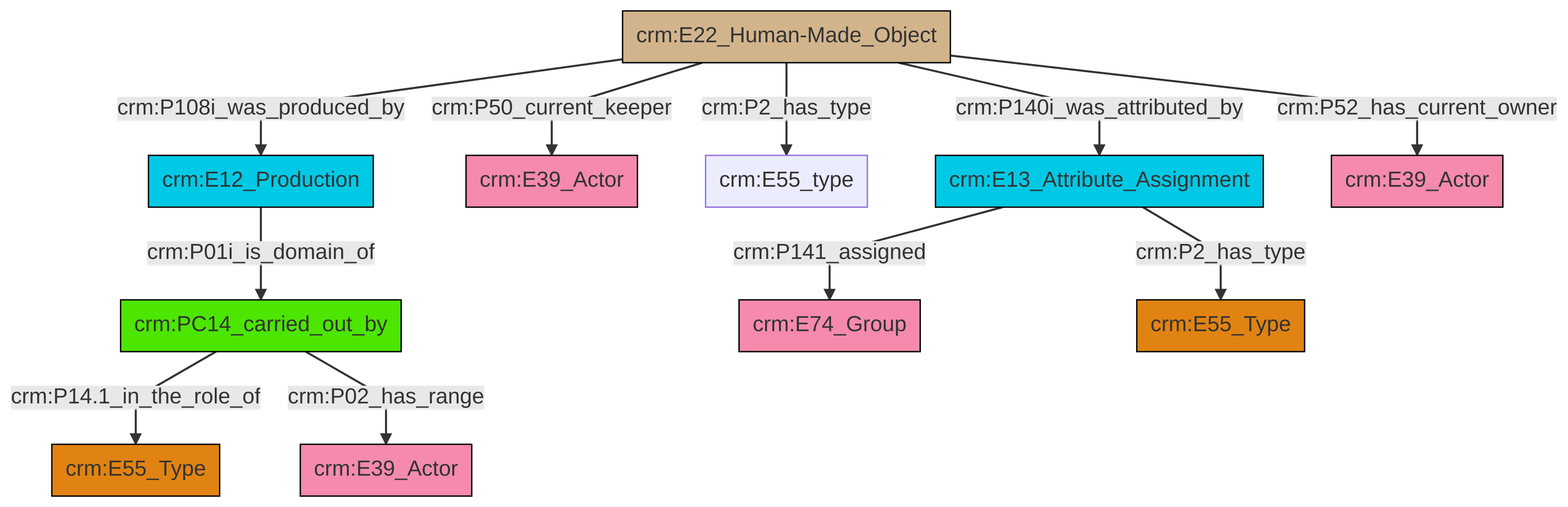
Before: et/artworkCSV/ttl/mmd/png/Artwork_Actor_Relations.png, a diagram exported from Mermaid (swiss-art-research-net/docs.swissartresearch). Its source is kept beside it as et/artworkCSV/ttl/mmd/Artwork_Actor_Relations.ttl.mmd.
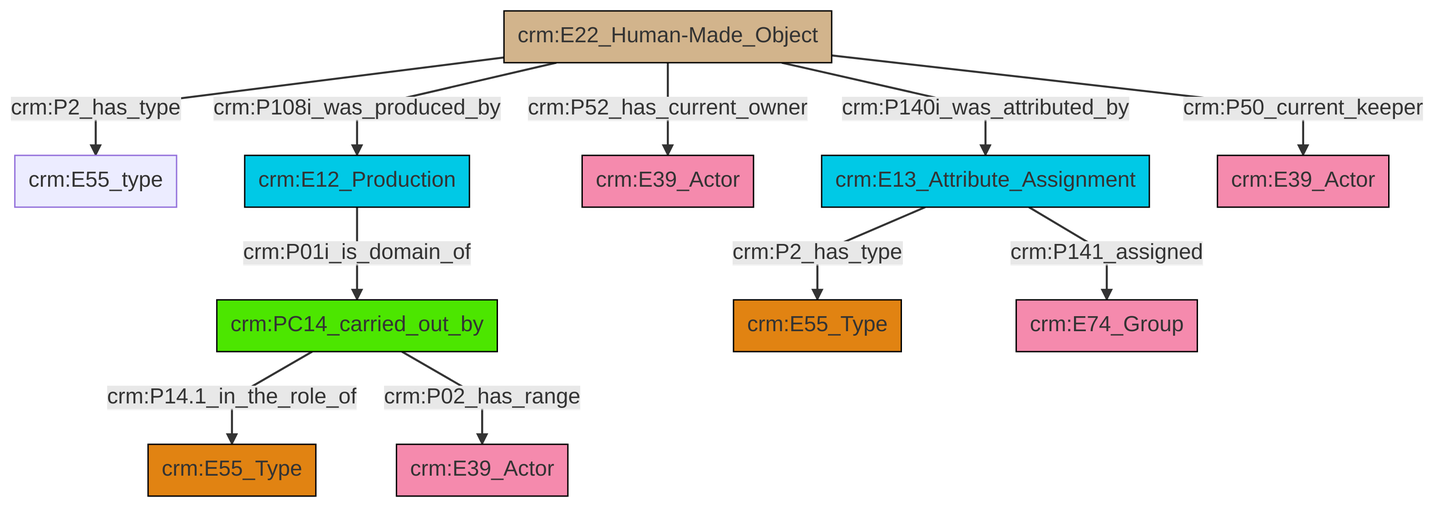
Later version of the same file.

Change to the diagram source:
```diff
@@ -13,13 +13,13 @@
 classDef PC_Classes fill:#4ce600, stroke:#000000;
 classDef Multi fill:#cccccc,stroke:#000000;
 
-0["crm:E22_Human-Made_Object"]:::Physical_Thing -->|crm:P108i_was_produced_by| 1["crm:E12_Production"]:::Temporal_Entity
-0["crm:E22_Human-Made_Object"]:::Physical_Thing -->|crm:P2_has_type| 4["crm:E55_type"]:::Default
-6["crm:PC14_carried_out_by"]:::PC_Classes -->|crm:P14.1_in_the_role_of| 7["crm:E55_Type"]:::Type
-8["crm:E13_Attribute_Assignment"]:::Temporal_Entity -->|crm:P141_assigned| 9["crm:E74_Group"]:::Actor
-0["crm:E22_Human-Made_Object"]:::Physical_Thing -->|crm:P52_has_current_owner| 10["crm:E39_Actor"]:::Actor
-1["crm:E12_Production"]:::Temporal_Entity -->|crm:P01i_is_domain_of| 6["crm:PC14_carried_out_by"]:::PC_Classes
-0["crm:E22_Human-Made_Object"]:::Physical_Thing -->|crm:P140i_was_attributed_by| 8["crm:E13_Attribute_Assignment"]:::Temporal_Entity
-6["crm:PC14_carried_out_by"]:::PC_Classes -->|crm:P02_has_range| 14["crm:E39_Actor"]:::Actor
-0["crm:E22_Human-Made_Object"]:::Physical_Thing -->|crm:P50_current_keeper| 2["crm:E39_Actor"]:::Actor
-8["crm:E13_Attribute_Assignment"]:::Temporal_Entity -->|crm:P2_has_type| 17["crm:E55_Type"]:::Type
+2["crm:E22_Human-Made_Object"]:::Physical_Thing -->|crm:P140i_was_attributed_by| 3["crm:E13_Attribute_Assignment"]:::Temporal_Entity
+4["crm:PC14_carried_out_by"]:::PC_Classes -->|crm:P14.1_in_the_role_of| 5["crm:E55_Type"]:::Type
+2["crm:E22_Human-Made_Object"]:::Physical_Thing -->|crm:P108i_was_produced_by| 8["crm:E12_Production"]:::Temporal_Entity
+2["crm:E22_Human-Made_Object"]:::Physical_Thing -->|crm:P52_has_current_owner| 6["crm:E39_Actor"]:::Actor
+4["crm:PC14_carried_out_by"]:::PC_Classes -->|crm:P02_has_range| 12["crm:E39_Actor"]:::Actor
+3["crm:E13_Attribute_Assignment"]:::Temporal_Entity -->|crm:P2_has_type| 16["crm:E55_Type"]:::Type
+2["crm:E22_Human-Made_Object"]:::Physical_Thing -->|crm:P2_has_type| 0["crm:E55_type"]:::Default
+8["crm:E12_Production"]:::Temporal_Entity -->|crm:P01i_is_domain_of| 4["crm:PC14_carried_out_by"]:::PC_Classes
+3["crm:E13_Attribute_Assignment"]:::Temporal_Entity -->|crm:P141_assigned| 18["crm:E74_Group"]:::Actor
+2["crm:E22_Human-Made_Object"]:::Physical_Thing -->|crm:P50_current_keeper| 14["crm:E39_Actor"]:::Actor
```
